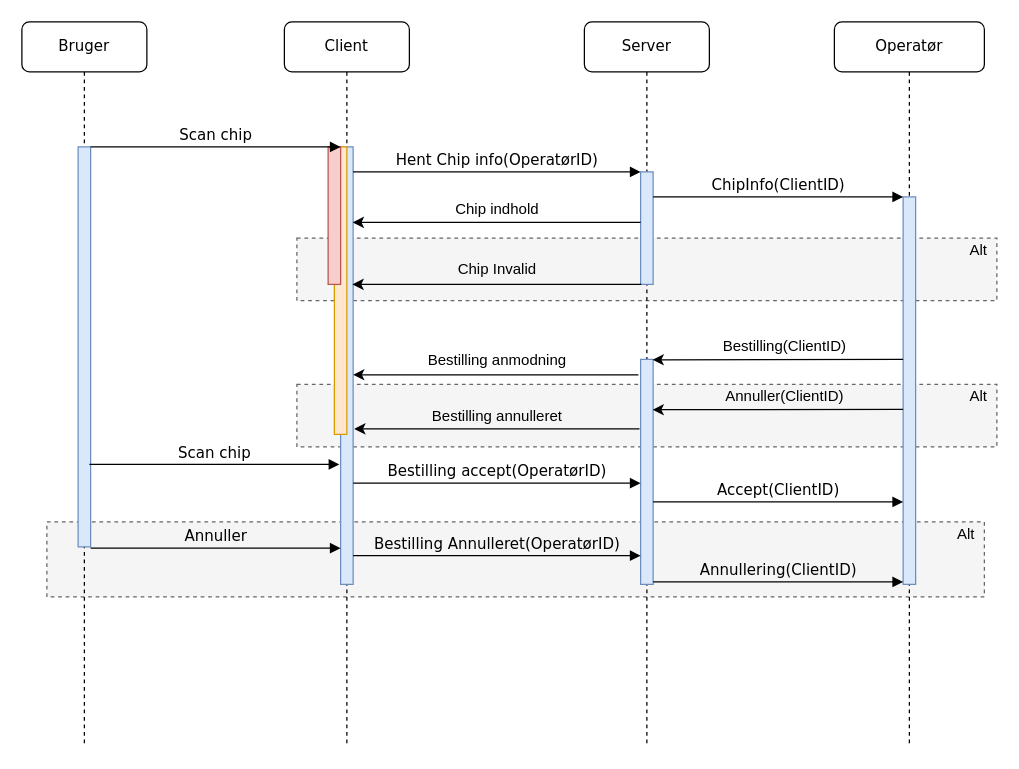
Ronnie1983/Idevent keeps this draw.io diagram as DrawIOFiles/IdeventUML.drawio. Above is the earlier version. Source tidied: cells renumbered, new cells numbered last; positions are measured from the earlier drawing's top-left corner, leaving out a move shared by most shapes. Both pictures are drawn from the tidied source at 125%, with x=0, y=0 at pixel (21, 21).
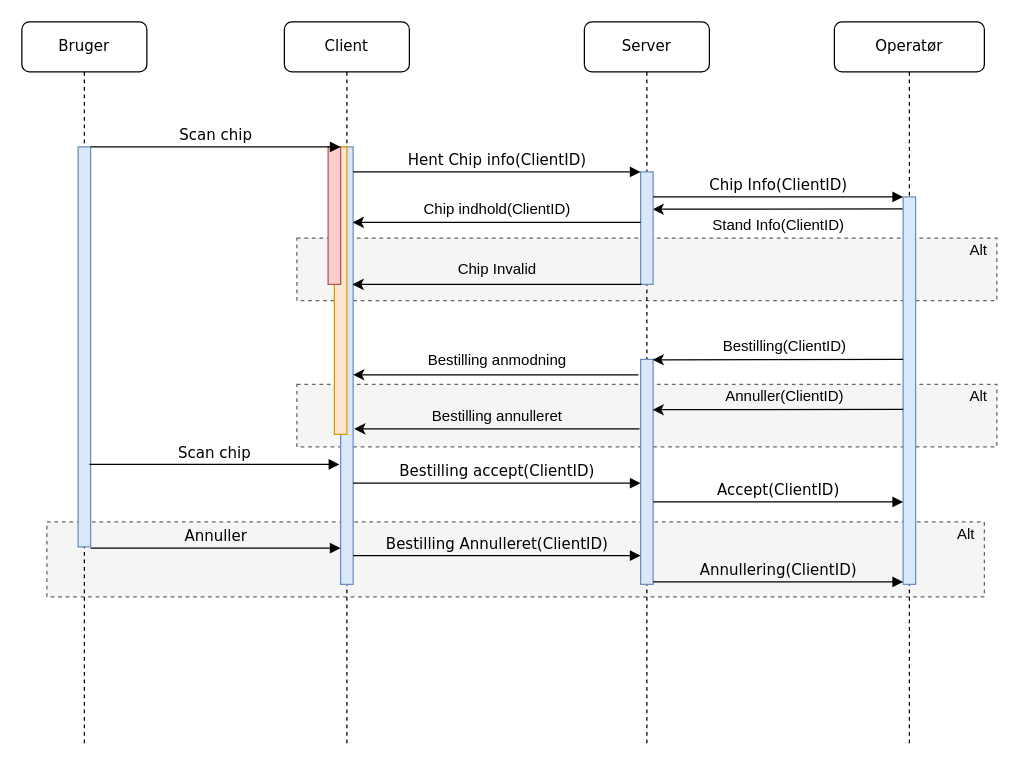
The same diagram, later.

Unchanged cells that the change refers to:
```xml
<mxCell id="4" value="Operatør" style="shape=umlLifeline;perimeter=lifelinePerimeter;whiteSpace=wrap;html=1;rounded=1;shadow=0;comic=0;labelBackgroundColor=none;strokeWidth=1;fontFamily=Verdana;fontSize=12;align=center;" parent="1" vertex="1">
  <mxGeometry x="650" width="120" height="580" as="geometry" />
</mxCell>
<mxCell id="8" style="html=1;points=[];perimeter=orthogonalPerimeter;rounded=0;shadow=0;comic=0;labelBackgroundColor=none;strokeWidth=1;fontFamily=Verdana;fontSize=12;align=center;fillColor=#dae8fc;strokeColor=#6c8ebf;" parent="7" vertex="1">
  <mxGeometry x="45" y="100" width="10" height="350" as="geometry" />
</mxCell>
<mxCell id="12" style="html=1;points=[];perimeter=orthogonalPerimeter;rounded=0;shadow=0;comic=0;labelBackgroundColor=none;strokeWidth=1;fontFamily=Verdana;fontSize=12;align=center;fillColor=#dae8fc;strokeColor=#6c8ebf;" parent="11" vertex="1">
  <mxGeometry x="45" y="120" width="10" height="90" as="geometry" />
</mxCell>
<mxCell id="14" style="html=1;points=[];perimeter=orthogonalPerimeter;rounded=0;shadow=0;comic=0;labelBackgroundColor=none;strokeWidth=1;fontFamily=Verdana;fontSize=12;align=center;fillColor=#dae8fc;strokeColor=#6c8ebf;" parent="1" vertex="1">
  <mxGeometry x="705" y="140" width="10" height="310" as="geometry" />
</mxCell>
```

The edit, as a diff of the source:
```diff
@@
+    <mxCell id="40" style="endArrow=classic;html=1;rounded=0;entryX=0.958;entryY=0.002;entryDx=0;entryDy=0;entryPerimeter=0;" parent="4" edge="1">
+      <mxGeometry relative="1" as="geometry">
+        <mxPoint x="55" y="149.5" as="sourcePoint" />
+        <mxPoint x="-145.4" y="149.9" as="targetPoint" />
+      </mxGeometry>
+    </mxCell>
@@
-    <mxCell id="17" value="ChipInfo(ClientID)" style="html=1;verticalAlign=bottom;endArrow=block;labelBackgroundColor=none;fontFamily=Verdana;fontSize=12;edgeStyle=elbowEdgeStyle;elbow=vertical;" parent="1" edge="1" source="12" target="14">
+    <mxCell id="17" value="Chip Info(ClientID)" style="html=1;verticalAlign=bottom;endArrow=block;labelBackgroundColor=none;fontFamily=Verdana;fontSize=12;edgeStyle=elbowEdgeStyle;elbow=vertical;" parent="1" edge="1" source="12" target="14">
       <mxGeometry relative="1" as="geometry">
         <Array as="points">
           <mxPoint x="510" y="140" />
         </Array>
       </mxGeometry>
     </mxCell>
@@
-    <mxCell id="19" value="Hent Chip info(OperatørID)" style="html=1;verticalAlign=bottom;endArrow=block;entryX=0;entryY=0;labelBackgroundColor=none;fontFamily=Verdana;fontSize=12;edgeStyle=elbowEdgeStyle;elbow=vertical;" parent="1" edge="1" source="8" target="12">
+    <mxCell id="19" value="Hent Chip info(ClientID)" style="html=1;verticalAlign=bottom;endArrow=block;entryX=0;entryY=0;labelBackgroundColor=none;fontFamily=Verdana;fontSize=12;edgeStyle=elbowEdgeStyle;elbow=vertical;" parent="1" edge="1" source="8" target="12">
       <mxGeometry relative="1" as="geometry" />
     </mxCell>
@@
-    <mxCell id="21" value="Chip indhold" style="text;html=1;align=center;verticalAlign=middle;strokeColor=none;fillColor=none;" parent="1" vertex="1">
-      <mxGeometry x="340" y="140" width="80" height="20" as="geometry" />
+    <mxCell id="21" value="Chip indhold(ClientID)" style="text;html=1;align=center;verticalAlign=middle;strokeColor=none;fillColor=none;" parent="1" vertex="1">
+      <mxGeometry x="315" y="140" width="130" height="20" as="geometry" />
     </mxCell>
@@
-    <mxCell id="29" value="Bestilling accept(OperatørID)" style="html=1;verticalAlign=bottom;endArrow=block;entryX=0;entryY=0;labelBackgroundColor=none;fontFamily=Verdana;fontSize=12;edgeStyle=elbowEdgeStyle;elbow=vertical;" parent="1" edge="1">
+    <mxCell id="29" value="Bestilling accept(ClientID)" style="html=1;verticalAlign=bottom;endArrow=block;entryX=0;entryY=0;labelBackgroundColor=none;fontFamily=Verdana;fontSize=12;edgeStyle=elbowEdgeStyle;elbow=vertical;" parent="1" edge="1">
       <mxGeometry relative="1" as="geometry">
         <mxPoint x="265" y="369" as="sourcePoint" />
         <mxPoint x="495" y="369" as="targetPoint" />
       </mxGeometry>
     </mxCell>
-    <mxCell id="30" value="Bestilling Annulleret(OperatørID)" style="html=1;verticalAlign=bottom;endArrow=block;entryX=0;entryY=0;labelBackgroundColor=none;fontFamily=Verdana;fontSize=12;edgeStyle=elbowEdgeStyle;elbow=vertical;" parent="1" edge="1">
+    <mxCell id="30" value="Bestilling Annulleret(ClientID)" style="html=1;verticalAlign=bottom;endArrow=block;entryX=0;entryY=0;labelBackgroundColor=none;fontFamily=Verdana;fontSize=12;edgeStyle=elbowEdgeStyle;elbow=vertical;" parent="1" edge="1">
       <mxGeometry relative="1" as="geometry">
         <mxPoint x="265" y="427" as="sourcePoint" />
         <mxPoint x="495" y="427" as="targetPoint" />
       </mxGeometry>
     </mxCell>
@@
+    <mxCell id="41" value="Stand Info(ClientID)" style="text;html=1;align=center;verticalAlign=middle;strokeColor=none;fillColor=none;" parent="1" vertex="1">
+      <mxGeometry x="545" y="153" width="120" height="20" as="geometry" />
+    </mxCell>
```
